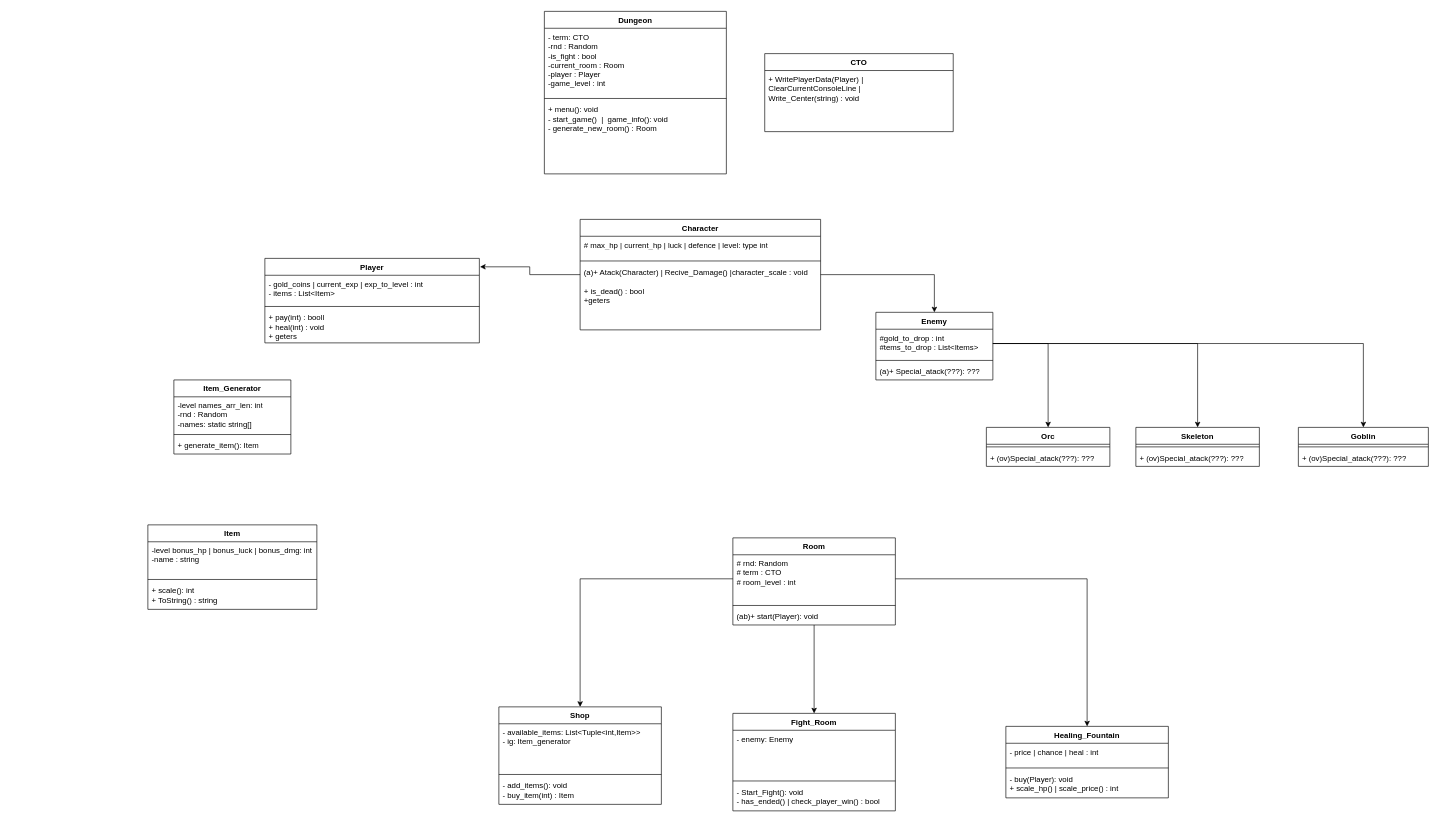
Above: Diagram_klas/DE_struktura_klas.drawio in Antonekk/Dungeon-Explorer (draw.io), before the change. Source tidied: cells renumbered, new cells numbered last; positions are measured from the earlier drawing's top-left corner, leaving out a move shared by most shapes. Both pictures are drawn from the tidied source at 65%, with x=0, y=0 at pixel (148, 11).
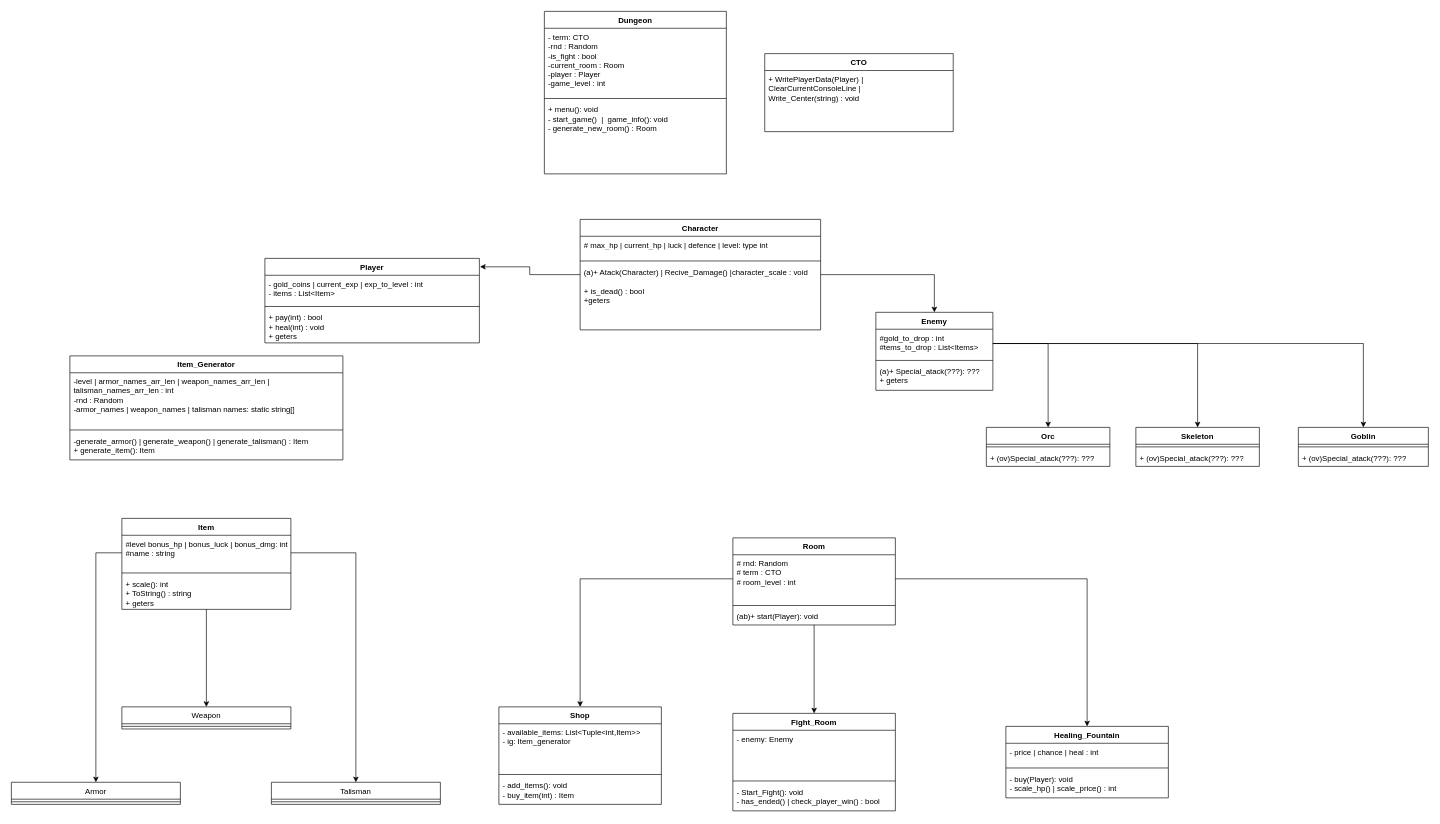
Above is the later version.

Commit message (it also covers changes not shown here):
New class diagram and changes to gameplay

Unchanged cells that the change refers to:
```xml
<mxCell id="8" value="Player" style="swimlane;fontStyle=1;align=center;verticalAlign=top;horizontal=1;startSize=26;whiteSpace=wrap;html=1;" parent="1" vertex="1">
  <mxGeometry x="180" y="380" width="330" height="130" as="geometry" />
</mxCell>
<mxCell id="56" value="Healing_Fountain" style="swimlane;fontStyle=1;align=center;verticalAlign=top;horizontal=1;startSize=26;whiteSpace=wrap;html=1;" parent="1" vertex="1">
  <mxGeometry x="1320" y="1100" width="250" height="110" as="geometry" />
</mxCell>
```

The edit, as a diff of the source:
```diff
@@
-    <mxCell id="11" value="+ pay(int) : booll&lt;br&gt;+ heal(int) : void&lt;br&gt;+ geters" style="text;strokeColor=none;fillColor=none;align=left;verticalAlign=top;spacingLeft=4;spacingRight=4;overflow=hidden;whiteSpace=wrap;html=1;" parent="8" vertex="1">
+    <mxCell id="11" value="+ pay(int) : bool&lt;br&gt;+ heal(int) : void&lt;br&gt;+ geters" style="text;strokeColor=none;fillColor=none;align=left;verticalAlign=top;spacingLeft=4;spacingRight=4;overflow=hidden;whiteSpace=wrap;html=1;" parent="8" vertex="1">
       <mxGeometry y="78" width="330" height="52" as="geometry" />
     </mxCell>
     <mxCell id="12" value="Enemy" style="swimlane;fontStyle=1;align=center;verticalAlign=top;horizontal=1;startSize=26;whiteSpace=wrap;html=1;" parent="1" vertex="1">
-      <mxGeometry x="1120" y="463" width="180" height="104" as="geometry" />
+      <mxGeometry x="1120" y="463" width="180" height="120" as="geometry" />
     </mxCell>
@@
-    <mxCell id="15" value="(a)+ Special_atack(???): ???" style="text;strokeColor=none;fillColor=none;align=left;verticalAlign=top;spacingLeft=4;spacingRight=4;overflow=hidden;whiteSpace=wrap;html=1;" parent="12" vertex="1">
-      <mxGeometry y="78" width="180" height="26" as="geometry" />
+    <mxCell id="15" value="(a)+ Special_atack(???): ???&lt;br&gt;+ geters" style="text;strokeColor=none;fillColor=none;align=left;verticalAlign=top;spacingLeft=4;spacingRight=4;overflow=hidden;whiteSpace=wrap;html=1;" parent="12" vertex="1">
+      <mxGeometry y="78" width="180" height="42" as="geometry" />
     </mxCell>
@@
     <mxCell id="34" value="Item_Generator" style="swimlane;fontStyle=1;align=center;verticalAlign=top;horizontal=1;startSize=26;whiteSpace=wrap;html=1;" parent="1" vertex="1">
-      <mxGeometry x="40" y="567" width="180" height="114" as="geometry" />
+      <mxGeometry x="-120" y="530" width="420" height="160" as="geometry" />
     </mxCell>
-    <mxCell id="35" value="-level names_arr_len: int&lt;br&gt;-rnd : Random&lt;br&gt;-names: static string[]" style="text;strokeColor=none;fillColor=none;align=left;verticalAlign=top;spacingLeft=4;spacingRight=4;overflow=hidden;whiteSpace=wrap;html=1;" parent="34" vertex="1">
-      <mxGeometry y="26" width="180" height="54" as="geometry" />
+    <mxCell id="35" value="-level | armor_names_arr_len |&amp;nbsp;weapon_names_arr_len |&amp;nbsp;&lt;br&gt;talisman_names_arr_len&amp;nbsp;&lt;span style=&quot;background-color: initial;&quot;&gt;: int&lt;/span&gt;&lt;br&gt;-rnd : Random&lt;br&gt;-armor_names |&amp;nbsp;weapon_names | talisman names&lt;span style=&quot;background-color: initial;&quot;&gt;: static string[]&lt;/span&gt;" style="text;strokeColor=none;fillColor=none;align=left;verticalAlign=top;spacingLeft=4;spacingRight=4;overflow=hidden;whiteSpace=wrap;html=1;" parent="34" vertex="1">
+      <mxGeometry y="26" width="420" height="84" as="geometry" />
     </mxCell>
     <mxCell id="36" style="line;strokeWidth=1;fillColor=none;align=left;verticalAlign=middle;spacingTop=-1;spacingLeft=3;spacingRight=3;labelPosition=right;strokeColor=inherit;" parent="34" vertex="1">
-      <mxGeometry y="80" width="180" height="8" as="geometry" />
+      <mxGeometry y="110" width="420" height="8" as="geometry" />
     </mxCell>
-    <mxCell id="37" value="+ generate_item(): Item" style="text;strokeColor=none;fillColor=none;align=left;verticalAlign=top;spacingLeft=4;spacingRight=4;overflow=hidden;whiteSpace=wrap;html=1;" parent="34" vertex="1">
-      <mxGeometry y="88" width="180" height="26" as="geometry" />
+    <mxCell id="37" value="-generate_armor() |&amp;nbsp;generate_weapon() |&amp;nbsp;generate_talisman() : Item&lt;br&gt;+ generate_item(): Item" style="text;strokeColor=none;fillColor=none;align=left;verticalAlign=top;spacingLeft=4;spacingRight=4;overflow=hidden;whiteSpace=wrap;html=1;" parent="34" vertex="1">
+      <mxGeometry y="118" width="420" height="42" as="geometry" />
     </mxCell>
+    <mxCell id="61" style="edgeStyle=orthogonalEdgeStyle;rounded=0;jettySize=auto;html=1;" parent="1" edge="1" source="38" target="64">
+      <mxGeometry relative="1" as="geometry" />
+    </mxCell>
     <mxCell id="38" value="Item" style="swimlane;fontStyle=1;align=center;verticalAlign=top;horizontal=1;startSize=26;whiteSpace=wrap;html=1;" parent="1" vertex="1">
-      <mxGeometry y="790" width="260" height="130" as="geometry" />
+      <mxGeometry x="-40" y="780" width="260" height="140" as="geometry" />
     </mxCell>
-    <mxCell id="39" value="-level bonus_hp | bonus_luck | bonus_dmg: int&lt;br&gt;-name : string&lt;br&gt;" style="text;strokeColor=none;fillColor=none;align=left;verticalAlign=top;spacingLeft=4;spacingRight=4;overflow=hidden;points=[[0,0.5],[1,0.5]];portConstraint=eastwest;whiteSpace=wrap;html=1;" parent="38" vertex="1">
+    <mxCell id="39" value="#level bonus_hp | bonus_luck | bonus_dmg: int&lt;br&gt;#name : string" style="text;strokeColor=none;fillColor=none;align=left;verticalAlign=top;spacingLeft=4;spacingRight=4;overflow=hidden;points=[[0,0.5],[1,0.5]];portConstraint=eastwest;whiteSpace=wrap;html=1;" parent="38" vertex="1">
       <mxGeometry y="26" width="260" height="54" as="geometry" />
     </mxCell>
@@
-    <mxCell id="41" value="+ scale(): int&lt;br&gt;+ ToString() : string" style="text;strokeColor=none;fillColor=none;align=left;verticalAlign=top;spacingLeft=4;spacingRight=4;overflow=hidden;whiteSpace=wrap;html=1;" parent="38" vertex="1">
-      <mxGeometry y="88" width="260" height="42" as="geometry" />
+    <mxCell id="41" value="+ scale(): int&lt;br&gt;+ ToString() : string&lt;br&gt;+ geters" style="text;strokeColor=none;fillColor=none;align=left;verticalAlign=top;spacingLeft=4;spacingRight=4;overflow=hidden;whiteSpace=wrap;html=1;" parent="38" vertex="1">
+      <mxGeometry y="88" width="260" height="52" as="geometry" />
     </mxCell>
@@
-    <mxCell id="59" value="- buy(Player): void&lt;br&gt;+ scale_hp() | scale_price() : int" style="text;strokeColor=none;fillColor=none;align=left;verticalAlign=top;spacingLeft=4;spacingRight=4;overflow=hidden;whiteSpace=wrap;html=1;" parent="56" vertex="1">
+    <mxCell id="59" value="- buy(Player): void&lt;br&gt;- scale_hp() | scale_price() : int" style="text;strokeColor=none;fillColor=none;align=left;verticalAlign=top;spacingLeft=4;spacingRight=4;overflow=hidden;whiteSpace=wrap;html=1;" parent="56" vertex="1">
       <mxGeometry y="68" width="250" height="42" as="geometry" />
     </mxCell>
@@
+    <mxCell id="62" value="Armor" style="swimlane;fontStyle=0;align=center;verticalAlign=top;horizontal=1;startSize=26;whiteSpace=wrap;html=1;" parent="1" vertex="1">
+      <mxGeometry x="-210" y="1186" width="260" height="34" as="geometry" />
+    </mxCell>
+    <mxCell id="63" style="line;strokeWidth=1;fillColor=none;align=left;verticalAlign=middle;spacingTop=-1;spacingLeft=3;spacingRight=3;labelPosition=right;strokeColor=inherit;" parent="62" vertex="1">
+      <mxGeometry y="26" width="260" height="8" as="geometry" />
+    </mxCell>
+    <mxCell id="64" value="Weapon" style="swimlane;fontStyle=0;align=center;verticalAlign=top;horizontal=1;startSize=26;whiteSpace=wrap;html=1;" parent="1" vertex="1">
+      <mxGeometry x="-40" y="1070" width="260" height="34" as="geometry" />
+    </mxCell>
+    <mxCell id="65" style="line;strokeWidth=1;fillColor=none;align=left;verticalAlign=middle;spacingTop=-1;spacingLeft=3;spacingRight=3;labelPosition=right;strokeColor=inherit;" parent="64" vertex="1">
+      <mxGeometry y="26" width="260" height="8" as="geometry" />
+    </mxCell>
+    <mxCell id="66" value="Talisman" style="swimlane;fontStyle=0;align=center;verticalAlign=top;horizontal=1;startSize=26;whiteSpace=wrap;html=1;" parent="1" vertex="1">
+      <mxGeometry x="190" y="1186" width="260" height="34" as="geometry" />
+    </mxCell>
+    <mxCell id="67" style="line;strokeWidth=1;fillColor=none;align=left;verticalAlign=middle;spacingTop=-1;spacingLeft=3;spacingRight=3;labelPosition=right;strokeColor=inherit;" parent="66" vertex="1">
+      <mxGeometry y="26" width="260" height="8" as="geometry" />
+    </mxCell>
+    <mxCell id="68" style="edgeStyle=orthogonalEdgeStyle;rounded=0;jettySize=auto;html=1;entryX=0.5;entryY=0;entryDx=0;entryDy=0;" parent="1" edge="1" source="39" target="62">
+      <mxGeometry relative="1" as="geometry" />
+    </mxCell>
+    <mxCell id="69" style="edgeStyle=orthogonalEdgeStyle;rounded=0;jettySize=auto;html=1;entryX=0.5;entryY=0;entryDx=0;entryDy=0;" parent="1" edge="1" source="39" target="66">
+      <mxGeometry relative="1" as="geometry" />
+    </mxCell>
```
